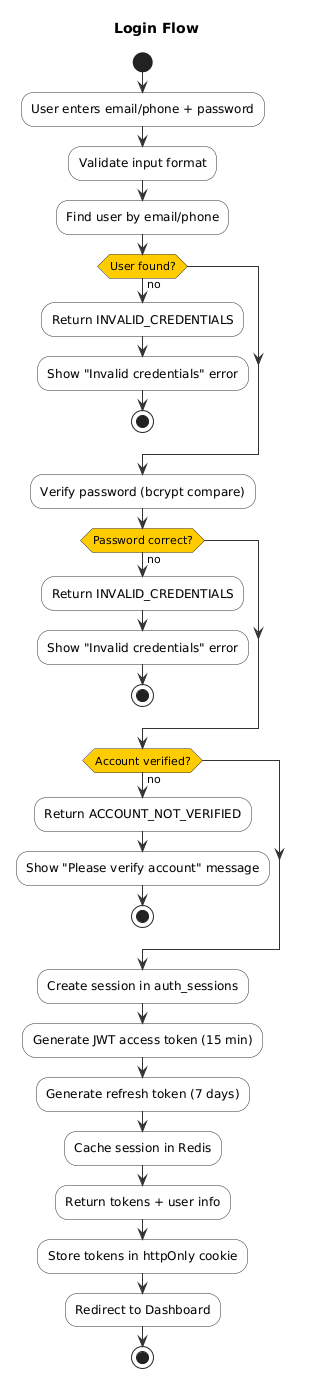
Above: modules/auth/images/activity/login-activity.png in namnh240795/document (PlantUML), before the change. Source of this version:
```plantuml
@startuml

skinparam activity {
  BackgroundColor #F8F8F8
  BorderColor #333333
  ArrowColor #333333
  DiamondBackgroundColor #FFCC00
  DiamondBorderColor #333333
}

title Login Flow

start

:User enters email/phone + password;

:Validate input format;

:Find user by email/phone;

if (User found?) then (no)
  :Return INVALID_CREDENTIALS;
  :Show "Invalid credentials" error;
  stop
endif

:Verify password (bcrypt compare);

if (Password correct?) then (no)
  :Return INVALID_CREDENTIALS;
  :Show "Invalid credentials" error;
  stop
endif

if (Account verified?) then (no)
  :Return ACCOUNT_NOT_VERIFIED;
  :Show "Please verify account" message;
  stop
endif

:Create session in auth_sessions;

:Generate JWT access token (15 min);

:Generate refresh token (7 days);

:Cache session in Redis;

:Return tokens + user info;

:Store tokens in httpOnly cookie;

:Redirect to Dashboard;

stop

@enduml
```
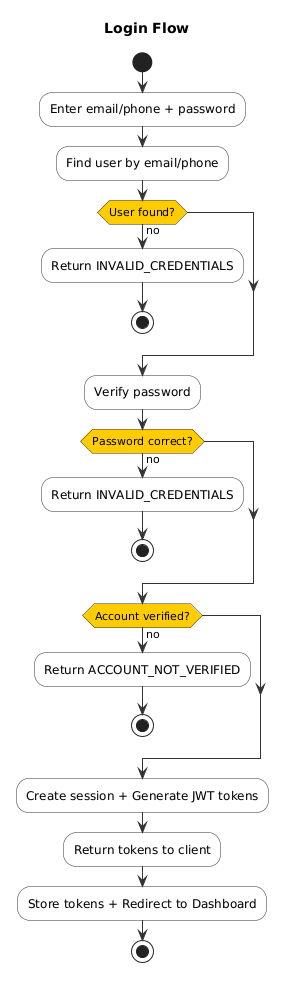
Later version of the same file.

What changed in the source:
```diff
@@ -12,45 +12,32 @@
 
 start
 
-:User enters email/phone + password;
-
-:Validate input format;
+:Enter email/phone + password;
 
 :Find user by email/phone;
 
 if (User found?) then (no)
   :Return INVALID_CREDENTIALS;
-  :Show "Invalid credentials" error;
   stop
 endif
 
-:Verify password (bcrypt compare);
+:Verify password;
 
 if (Password correct?) then (no)
   :Return INVALID_CREDENTIALS;
-  :Show "Invalid credentials" error;
   stop
 endif
 
 if (Account verified?) then (no)
   :Return ACCOUNT_NOT_VERIFIED;
-  :Show "Please verify account" message;
   stop
 endif
 
-:Create session in auth_sessions;
+:Create session + Generate JWT tokens;
 
-:Generate JWT access token (15 min);
+:Return tokens to client;
 
-:Generate refresh token (7 days);
-
-:Cache session in Redis;
-
-:Return tokens + user info;
-
-:Store tokens in httpOnly cookie;
-
-:Redirect to Dashboard;
+:Store tokens + Redirect to Dashboard;
 
 stop
 
```
